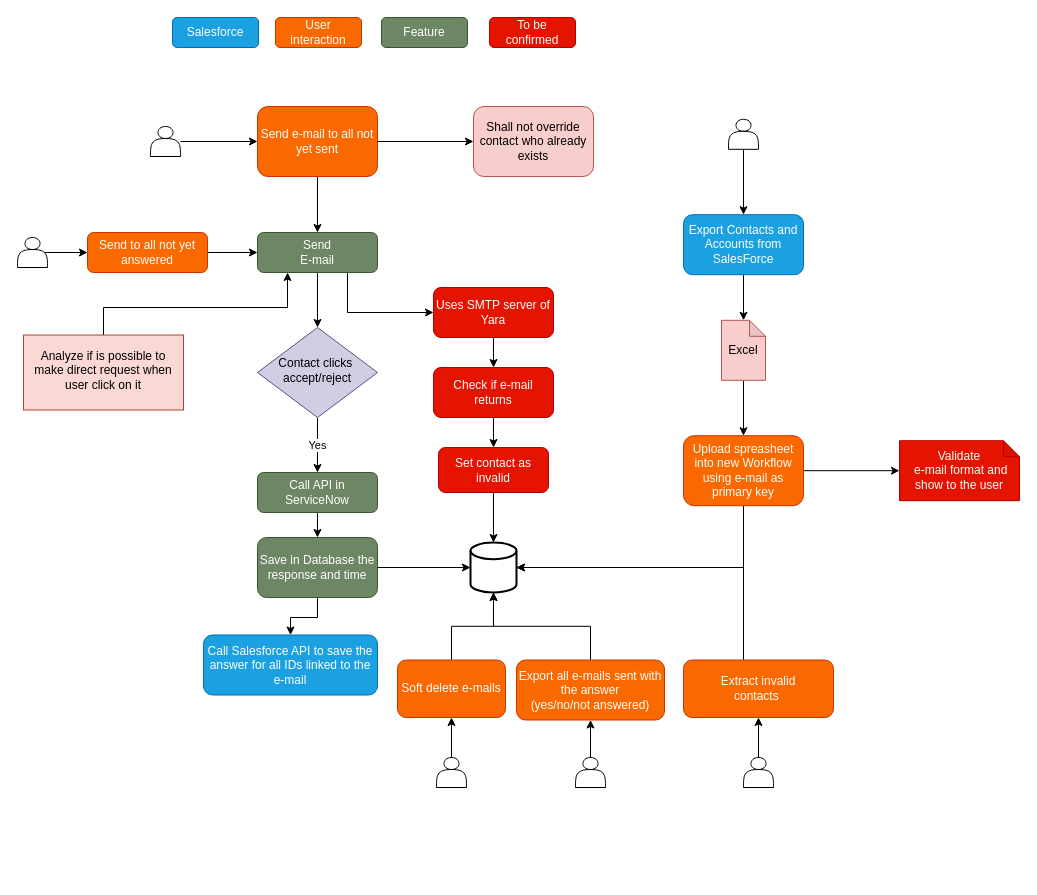
Before: page "Page-1" (1 of 2) of LGPD.drawio in anlugifa/drawio, a draw.io diagram. Source tidied: cells renumbered, new cells numbered last; positions are measured from the earlier drawing's top-left corner, leaving out a move shared by most shapes. Both pictures are drawn from the tidied source at 100%, with x=0, y=0 at pixel (17, 17).
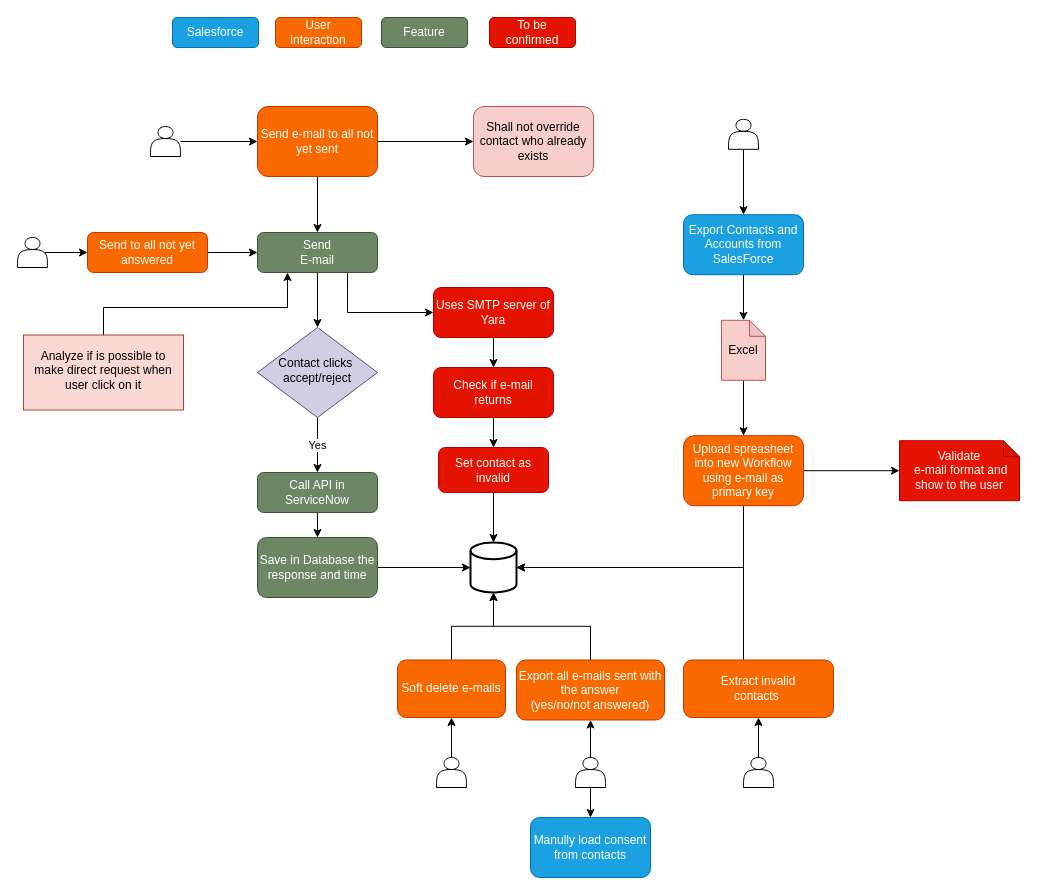
After the change.

The change refers to these unchanged cells:
```xml
<mxCell id="21" value="Save in Database the response and time" style="whiteSpace=wrap;html=1;rounded=1;shadow=0;strokeWidth=1;glass=0;fillColor=#6d8764;strokeColor=#3A5431;fontColor=#ffffff;" parent="1" vertex="1">
  <mxGeometry x="240" y="520" width="120" height="60" as="geometry" />
</mxCell>
<mxCell id="25" style="shape=actor;whiteSpace=wrap;html=1;" parent="1" vertex="1">
  <mxGeometry x="558" y="740" width="30" height="30" as="geometry" />
</mxCell>
```

What changed in the source:
```diff
@@
-    <mxCell id="19" style="edgeStyle=orthogonalEdgeStyle;rounded=0;jettySize=auto;html=1;" parent="1" edge="1" source="21" target="23">
-      <mxGeometry relative="1" as="geometry" />
-    </mxCell>
@@
-    <mxCell id="23" value="Call Salesforce API to save the answer for all IDs linked to the e-mail" style="whiteSpace=wrap;html=1;rounded=1;shadow=0;fontColor=#ffffff;strokeColor=#006EAF;strokeWidth=1;fillColor=#1ba1e2;glass=0;" parent="1" vertex="1">
-      <mxGeometry x="186" y="617.5" width="174" height="60" as="geometry" />
-    </mxCell>
@@
+    <mxCell id="58" style="edgeStyle=orthogonalEdgeStyle;rounded=0;jettySize=auto;html=1;exitX=0.5;exitY=1;exitDx=0;exitDy=0;" parent="1" edge="1" source="25" target="59">
+      <mxGeometry relative="1" as="geometry" />
+    </mxCell>
@@
+    <mxCell id="59" value="Manully load consent from contacts" style="rounded=1;whiteSpace=wrap;html=1;fontSize=12;glass=0;strokeWidth=1;shadow=0;fillColor=#1ba1e2;strokeColor=#006EAF;fontColor=#ffffff;" parent="1" vertex="1">
+      <mxGeometry x="513" y="800" width="120" height="60" as="geometry" />
+    </mxCell>
```
